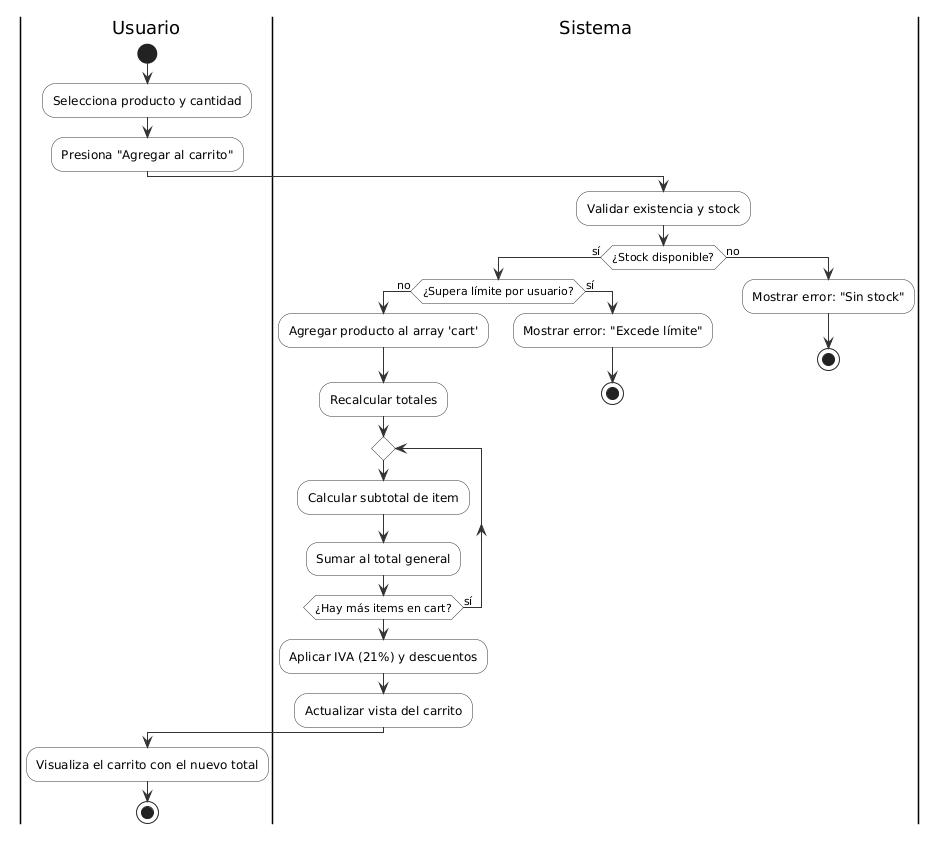
GonzaloBarbano/E-commerce keeps this PlantUML diagram as docs/05-diagramas/01-diagrama-de-actividades/actividad-flujo-2-carrito.png. Above is the earlier version. Its diagram source:
```plantuml
@startuml
skinparam ActivityBackgroundColor #FFFFFF
skinparam ActivityBorderColor #333333
skinparam ArrowColor #333333

|Usuario|
start
:Selecciona producto y cantidad;
:Presiona "Agregar al carrito";

|Sistema|
:Validar existencia y stock;

if (¿Stock disponible?) then (sí)
  if (¿Supera límite por usuario?) then (no)
    :Agregar producto al array 'cart';
    :Recalcular totales;
    repeat
      :Calcular subtotal de item;
      :Sumar al total general;
    repeat while (¿Hay más items en cart?) is (sí)
    :Aplicar IVA (21%) y descuentos;
    :Actualizar vista del carrito;
  else (sí)
    :Mostrar error: "Excede límite";
    stop
  endif
else (no)
  :Mostrar error: "Sin stock";
  stop
endif

|Usuario|
:Visualiza el carrito con el nuevo total;
stop
@enduml
```
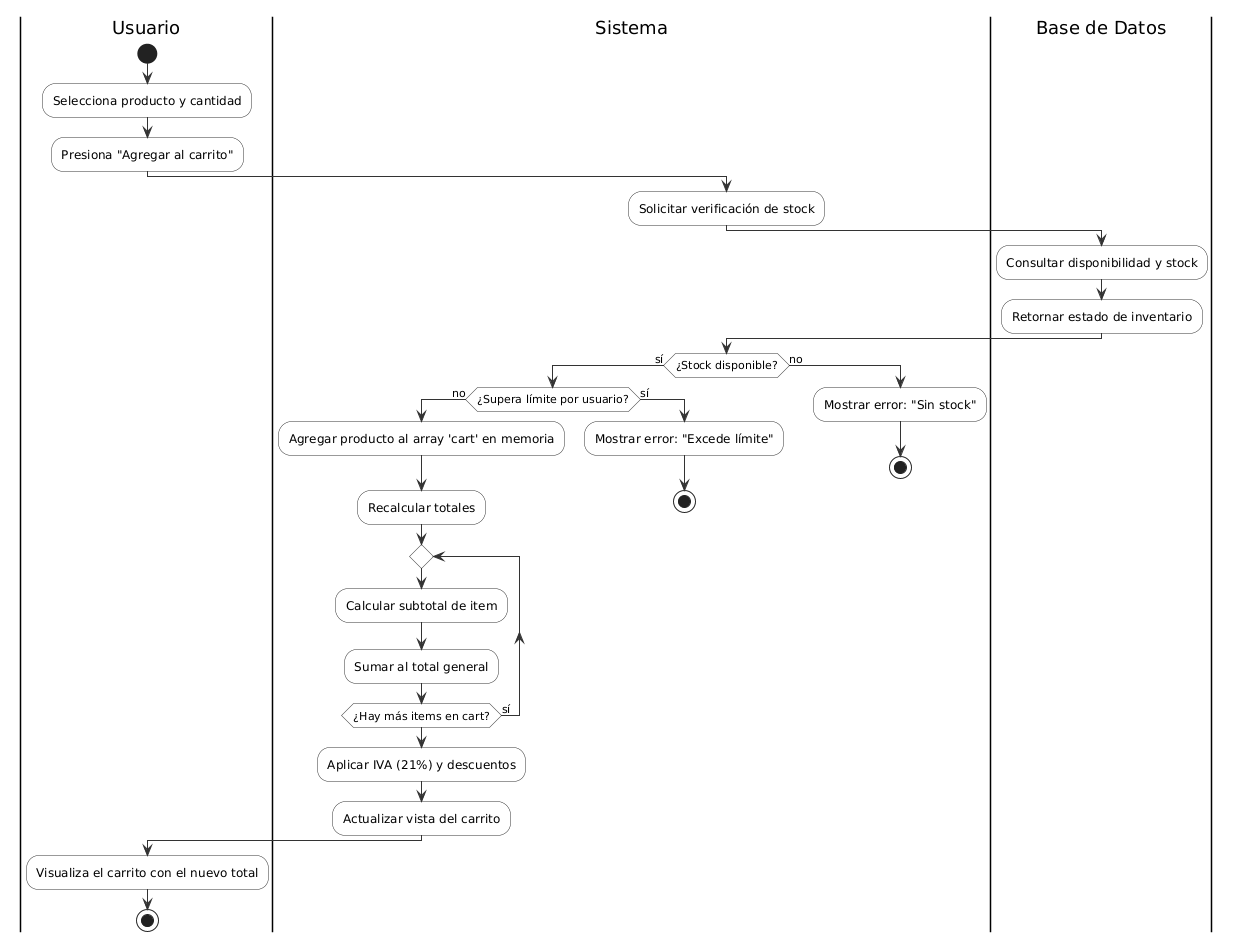
Later version of the same file.

Diff of the diagram source:
```diff
@@ -9,11 +9,16 @@
 :Presiona "Agregar al carrito";
 
 |Sistema|
-:Validar existencia y stock;
+:Solicitar verificación de stock;
 
+|Base de Datos|
+:Consultar disponibilidad y stock;
+:Retornar estado de inventario;
+
+|Sistema|
 if (¿Stock disponible?) then (sí)
   if (¿Supera límite por usuario?) then (no)
-    :Agregar producto al array 'cart';
+    :Agregar producto al array 'cart' en memoria;
     :Recalcular totales;
     repeat
       :Calcular subtotal de item;
```
